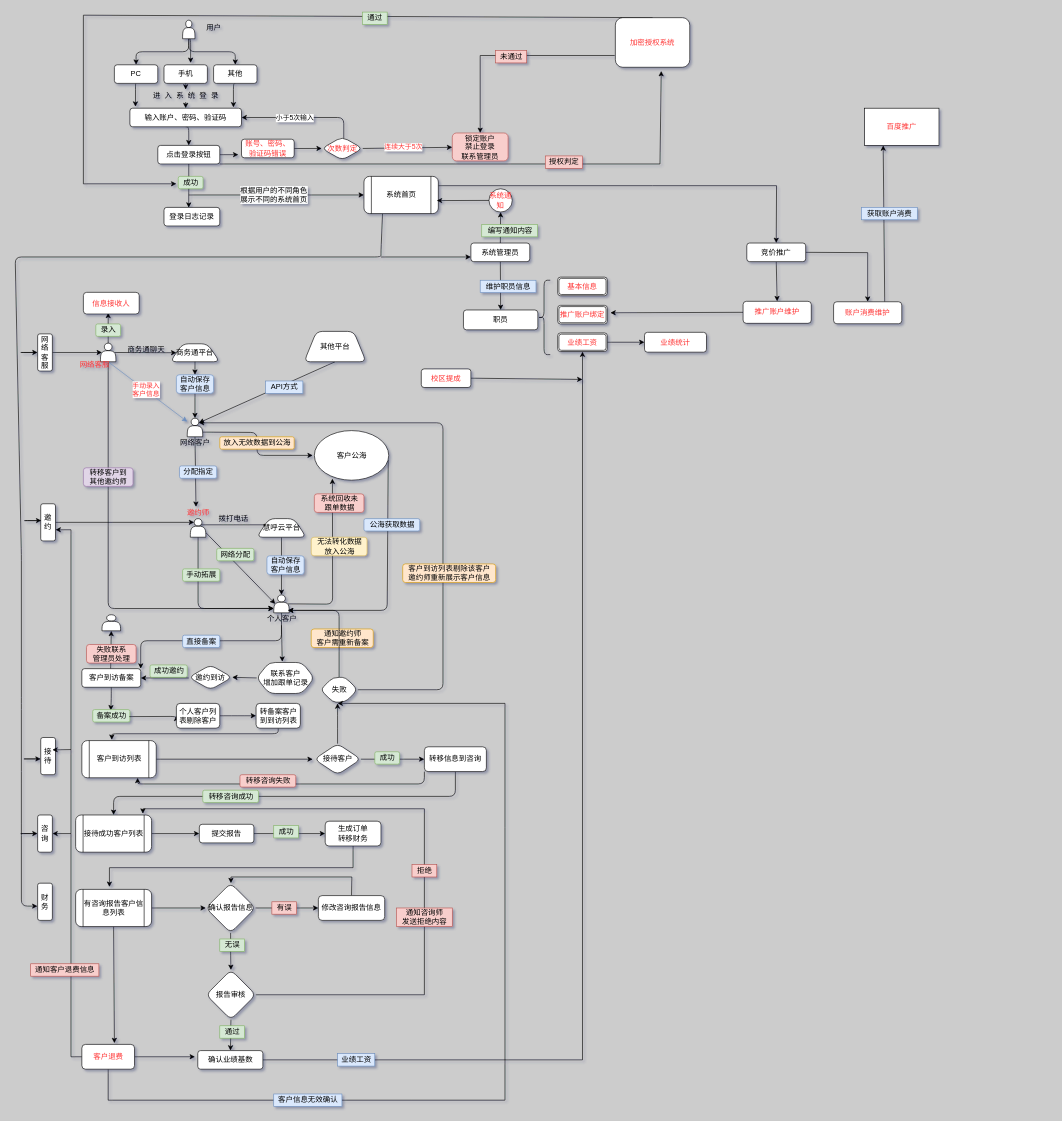
This is Untitled Diagram.drawio from cdcmo/hgedu, a draw.io file, before an edit. Source tidied: cells renumbered, new cells numbered last; positions are measured from the earlier drawing's top-left corner, leaving out a move shared by most shapes. Both pictures are drawn from the tidied source at 62%, with x=0, y=0 at pixel (15, 12).
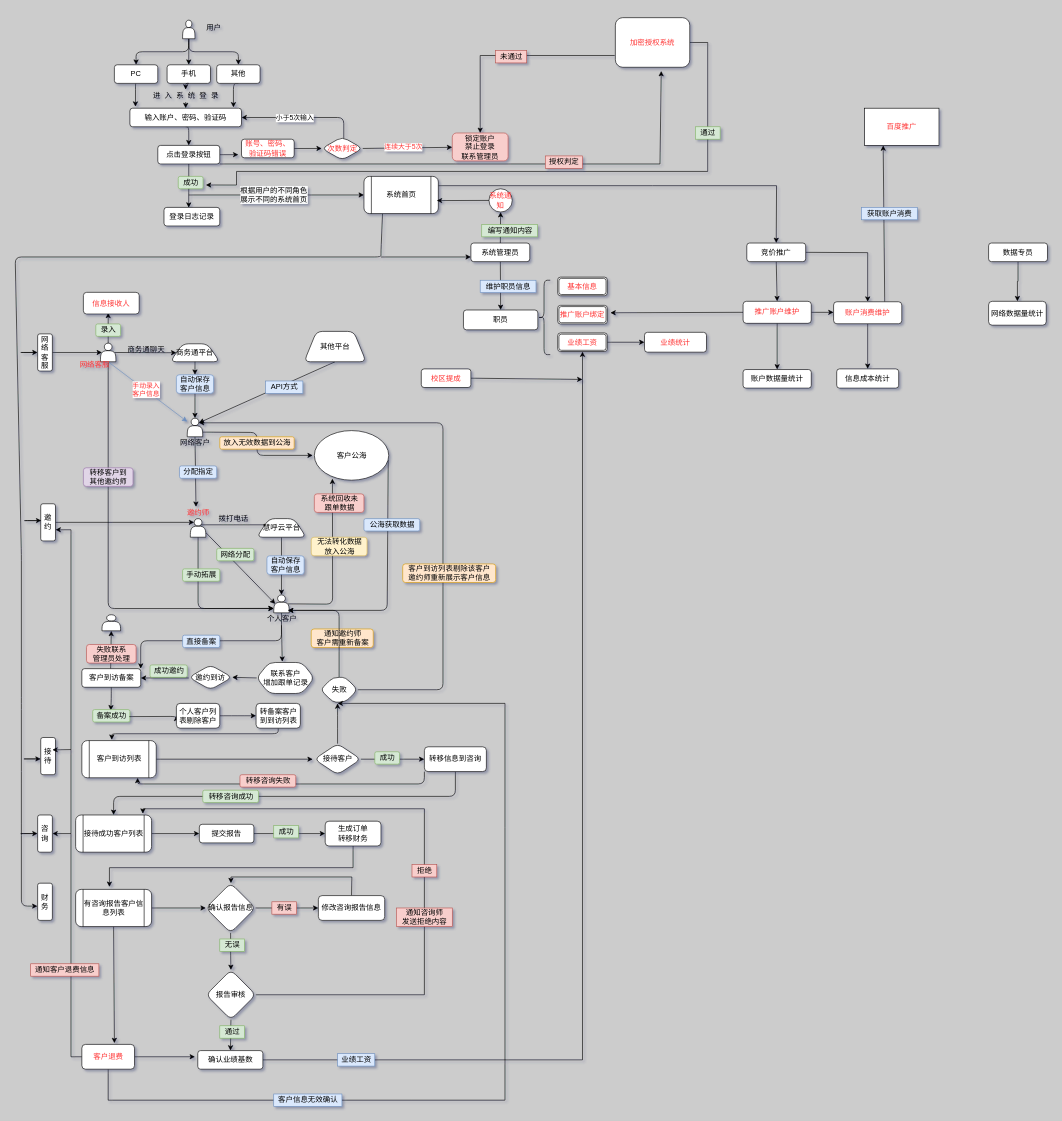
After the change.

Unchanged cells that the change refers to:
```xml
<mxCell id="13" style="shape=actor;whiteSpace=wrap;html=1;rounded=1;" parent="1" vertex="1">
  <mxGeometry x="270" y="13" width="20" height="30" as="geometry" />
</mxCell>
<mxCell id="24" value="成功" style="text;html=1;align=center;verticalAlign=middle;points=[];fillColor=#d5e8d4;strokeColor=#82b366;rounded=1;" parent="1" vertex="1">
  <mxGeometry x="263" y="265" width="40" height="20" as="geometry" />
</mxCell>
<mxCell id="179" value="加密授权系统" style="rounded=1;whiteSpace=wrap;html=1;fontColor=#FF3333;" parent="1" vertex="1">
  <mxGeometry x="968" y="9" width="120" height="80" as="geometry" />
</mxCell>
<mxCell id="188" value="推广账户维护" style="rounded=1;whiteSpace=wrap;html=1;fontColor=#FF3333;" parent="1" vertex="1">
  <mxGeometry x="1174" y="466.5" width="110" height="35.5" as="geometry" />
</mxCell>
<mxCell id="190" value="账户消费维护" style="rounded=1;whiteSpace=wrap;html=1;fontColor=#FF3333;" parent="1" vertex="1">
  <mxGeometry x="1320" y="467.2" width="110" height="35.5" as="geometry" />
</mxCell>
```

Change to the diagram source:
```diff
@@
     <mxCell id="5" value="手机" style="whiteSpace=wrap;html=1;rounded=1;" parent="1" vertex="1">
-      <mxGeometry x="240" y="85" width="70" height="30" as="geometry" />
+      <mxGeometry x="245" y="85" width="70" height="30" as="geometry" />
     </mxCell>
@@
     <mxCell id="7" value="其他" style="whiteSpace=wrap;html=1;rounded=1;" parent="1" vertex="1">
-      <mxGeometry x="320" y="85" width="70" height="30" as="geometry" />
+      <mxGeometry x="325" y="85" width="70" height="30" as="geometry" />
     </mxCell>
@@
+    <mxCell id="12" style="edgeStyle=orthogonalEdgeStyle;jettySize=auto;html=1;exitX=0.5;exitY=1;exitDx=0;exitDy=0;entryX=0.5;entryY=0;entryDx=0;entryDy=0;" parent="1" edge="1" source="13" target="7">
+      <mxGeometry relative="1" as="geometry" />
+    </mxCell>
-    <mxCell id="11" style="edgeStyle=orthogonalEdgeStyle;jettySize=auto;html=1;exitX=0.5;exitY=1;exitDx=0;exitDy=0;entryX=0.614;entryY=-0.1;entryDx=0;entryDy=0;entryPerimeter=0;" parent="1" edge="1" source="13" target="5">
+    <mxCell id="11" style="edgeStyle=orthogonalEdgeStyle;rounded=0;jettySize=auto;html=1;exitX=0.5;exitY=1;exitDx=0;exitDy=0;entryX=0.5;entryY=0;entryDx=0;entryDy=0;" parent="1" edge="1" source="13" target="5">
       <mxGeometry relative="1" as="geometry" />
     </mxCell>
-    <mxCell id="12" style="edgeStyle=orthogonalEdgeStyle;jettySize=auto;html=1;exitX=0.5;exitY=1;exitDx=0;exitDy=0;entryX=0.5;entryY=0;entryDx=0;entryDy=0;" parent="1" edge="1" source="13" target="7">
-      <mxGeometry relative="1" as="geometry" />
-    </mxCell>
@@
-    <mxCell id="178" style="edgeStyle=none;rounded=0;jettySize=auto;html=1;exitX=0.5;exitY=0;exitDx=0;exitDy=0;entryX=-0.075;entryY=0.6;entryDx=0;entryDy=0;entryPerimeter=0;fontColor=#FF3333;" parent="1" edge="1" source="179" target="24">
+    <mxCell id="178" style="edgeStyle=none;rounded=0;jettySize=auto;html=1;exitX=1;exitY=0.5;exitDx=0;exitDy=0;entryX=1.113;entryY=0.694;entryDx=0;entryDy=0;entryPerimeter=0;fontColor=#FF3333;" parent="1" edge="1" source="179" target="24">
       <mxGeometry relative="1" as="geometry">
         <Array as="points">
-          <mxPoint x="110" y="5" />
-          <mxPoint x="110" y="277" />
+          <mxPoint x="1117" y="49" />
+          <mxPoint x="1117" y="257" />
+          <mxPoint x="357" y="257" />
+          <mxPoint x="357" y="279" />
         </Array>
       </mxGeometry>
     </mxCell>
@@
     <mxCell id="182" value="通过" style="text;html=1;align=center;verticalAlign=middle;fillColor=#d5e8d4;strokeColor=#82b366;" parent="1" vertex="1">
-      <mxGeometry x="560" width="40" height="20" as="geometry" />
+      <mxGeometry x="1097" y="185" width="40" height="20" as="geometry" />
     </mxCell>
@@
+    <mxCell id="193" style="edgeStyle=orthogonalEdgeStyle;rounded=0;jettySize=auto;html=1;exitX=1;exitY=0.5;exitDx=0;exitDy=0;entryX=0;entryY=0.5;entryDx=0;entryDy=0;" parent="1" edge="1" source="188" target="190">
+      <mxGeometry relative="1" as="geometry" />
+    </mxCell>
+    <mxCell id="194" style="edgeStyle=orthogonalEdgeStyle;rounded=0;jettySize=auto;html=1;exitX=0.5;exitY=1;exitDx=0;exitDy=0;entryX=0.5;entryY=0;entryDx=0;entryDy=0;" parent="1" edge="1" source="188" target="200">
+      <mxGeometry relative="1" as="geometry" />
+    </mxCell>
@@
+    <mxCell id="195" style="edgeStyle=orthogonalEdgeStyle;rounded=0;jettySize=auto;html=1;exitX=0.5;exitY=1;exitDx=0;exitDy=0;entryX=0.5;entryY=0;entryDx=0;entryDy=0;" parent="1" edge="1" source="190" target="199">
+      <mxGeometry relative="1" as="geometry" />
+    </mxCell>
@@
+    <mxCell id="196" style="edgeStyle=orthogonalEdgeStyle;rounded=0;jettySize=auto;html=1;exitX=0.5;exitY=1;exitDx=0;exitDy=0;entryX=0.5;entryY=0;entryDx=0;entryDy=0;" parent="1" edge="1" source="197" target="198">
+      <mxGeometry relative="1" as="geometry" />
+    </mxCell>
+    <mxCell id="197" value="数据专员" style="whiteSpace=wrap;html=1;fontColor=#000000;rounded=1;" parent="1" vertex="1">
+      <mxGeometry x="1570" y="372.5" width="95" height="30" as="geometry" />
+    </mxCell>
+    <mxCell id="198" value="网络数据量统计" style="rounded=1;whiteSpace=wrap;html=1;" parent="1" vertex="1">
+      <mxGeometry x="1570" y="466.5" width="93" height="38.5" as="geometry" />
+    </mxCell>
+    <mxCell id="199" value="信息成本统计" style="rounded=1;whiteSpace=wrap;html=1;" parent="1" vertex="1">
+      <mxGeometry x="1325" y="575.5" width="100" height="31" as="geometry" />
+    </mxCell>
+    <mxCell id="200" value="账户数据量统计" style="rounded=1;whiteSpace=wrap;html=1;" parent="1" vertex="1">
+      <mxGeometry x="1174" y="576.5" width="110" height="30" as="geometry" />
+    </mxCell>
```
